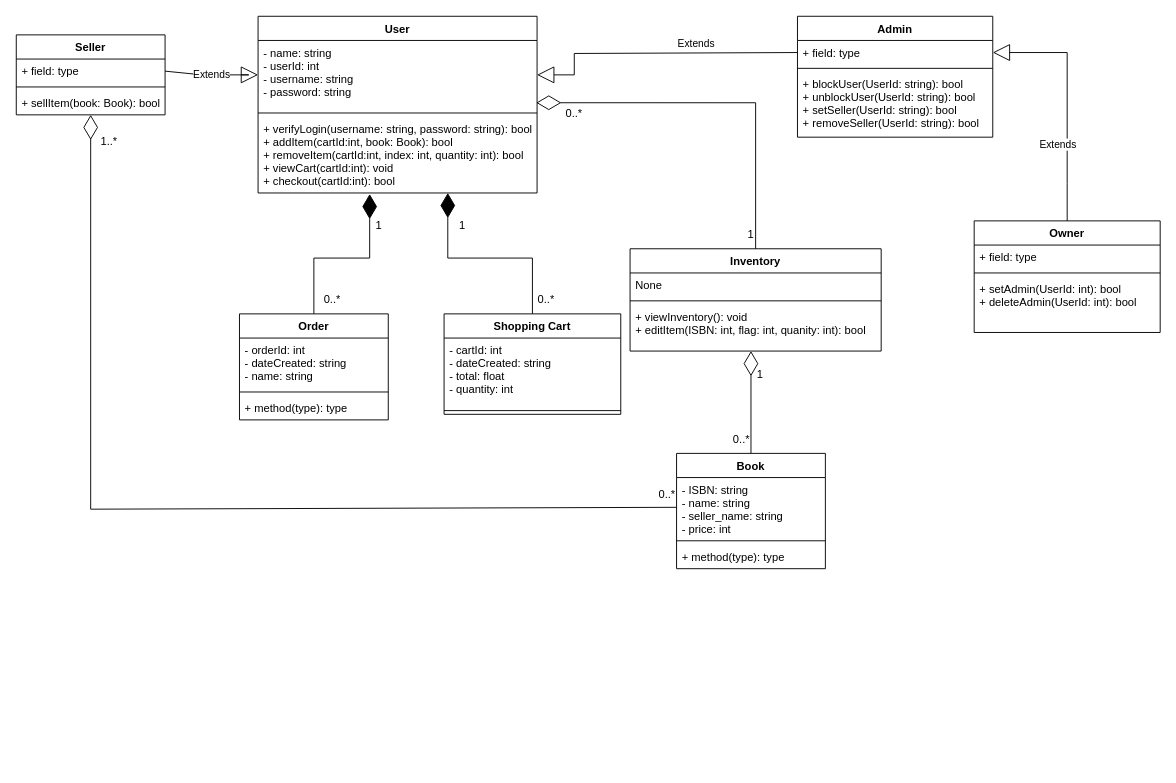
Earlier version of the draw.io diagram Class_Diagram.drawio (adl409/SE-project-Group-5). Source tidied: cells renumbered, new cells numbered last; positions are measured from the earlier drawing's top-left corner, leaving out a move shared by most shapes. Both pictures are drawn from the tidied source at 93%, with x=0, y=0 at pixel (16, 16).
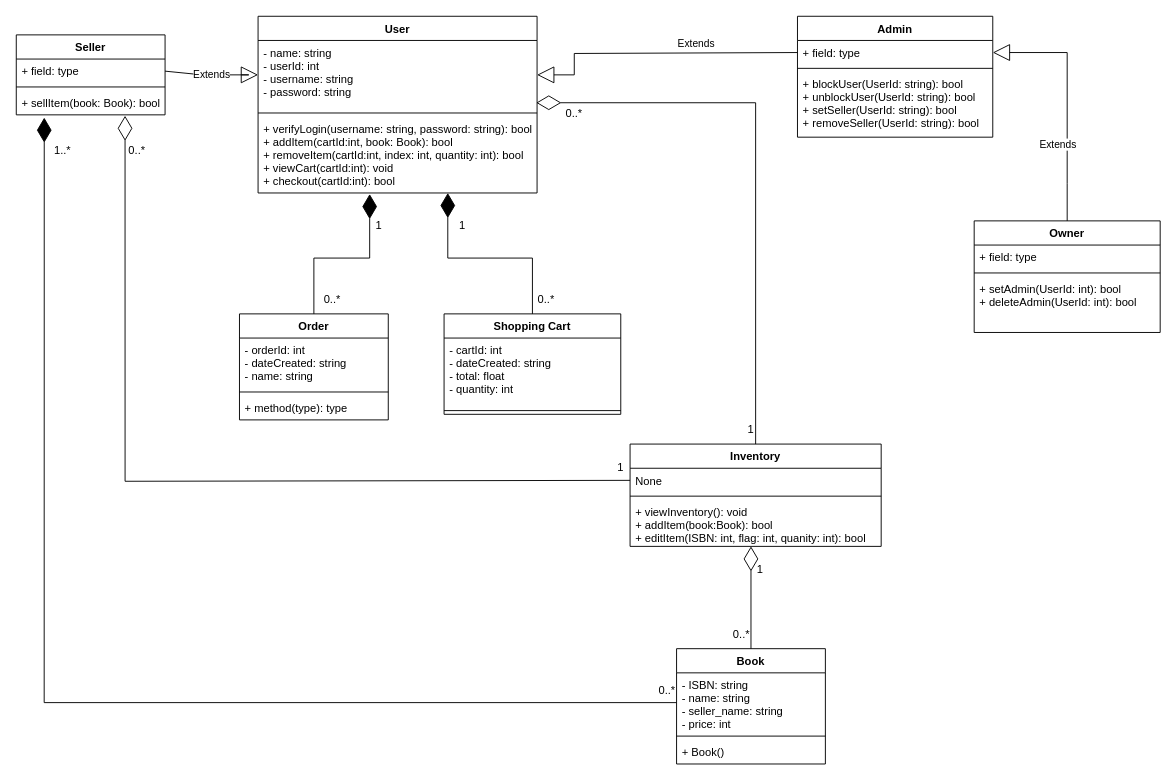
After the change.

Unchanged cells that the change refers to:
```xml
<mxCell id="16" value="+ sellItem(book: Book): bool" style="text;strokeColor=none;fillColor=none;align=left;verticalAlign=top;spacingLeft=4;spacingRight=4;overflow=hidden;points=[[0,0.5],[1,0.5]];portConstraint=eastwest;" parent="13" vertex="1">
  <mxGeometry y="60" width="160" height="26" as="geometry" />
</mxCell>
<mxCell id="22" value="None" style="text;strokeColor=none;fillColor=none;align=left;verticalAlign=top;spacingLeft=4;spacingRight=4;overflow=hidden;points=[[0,0.5],[1,0.5]];portConstraint=eastwest;" parent="21" vertex="1">
  <mxGeometry y="26" width="270" height="26" as="geometry" />
</mxCell>
<mxCell id="42" value="- ISBN: string&#10;- name: string&#10;- seller_name: string&#10;- price: int" style="text;strokeColor=none;fillColor=none;align=left;verticalAlign=top;spacingLeft=4;spacingRight=4;overflow=hidden;points=[[0,0.5],[1,0.5]];portConstraint=eastwest;" parent="41" vertex="1">
  <mxGeometry y="26" width="160" height="64" as="geometry" />
</mxCell>
```

Change to the diagram source:
```diff
@@
     <mxCell id="21" value="Inventory&#10;" style="swimlane;fontStyle=1;align=center;verticalAlign=top;horizontal=1;startSize=26;" parent="1" vertex="1">
-      <mxGeometry x="660" y="250" width="270" height="110" as="geometry" />
+      <mxGeometry x="660" y="460" width="270" height="110" as="geometry" />
     </mxCell>
@@
-    <mxCell id="24" value="+ viewInventory(): void&#10;+ editItem(ISBN: int, flag: int, quanity: int): bool" style="text;strokeColor=none;fillColor=none;align=left;verticalAlign=top;spacingLeft=4;spacingRight=4;overflow=hidden;" parent="21" vertex="1">
+    <mxCell id="24" value="+ viewInventory(): void&#10;+ addItem(book:Book): bool&#10;+ editItem(ISBN: int, flag: int, quanity: int): bool" style="text;strokeColor=none;fillColor=none;align=left;verticalAlign=top;spacingLeft=4;spacingRight=4;overflow=hidden;" parent="21" vertex="1">
       <mxGeometry y="60" width="270" height="50" as="geometry" />
     </mxCell>
@@
     <mxCell id="39" value="1" style="text;strokeColor=none;align=center;fillColor=none;html=1;verticalAlign=middle;whiteSpace=wrap;rounded=0;" parent="1" vertex="1">
-      <mxGeometry x="760" y="220" width="60" height="30" as="geometry" />
+      <mxGeometry x="760" y="430" width="60" height="30" as="geometry" />
     </mxCell>
@@
     <mxCell id="41" value="Book" style="swimlane;fontStyle=1;align=center;verticalAlign=top;horizontal=1;startSize=26;" parent="1" vertex="1">
-      <mxGeometry x="710" y="470" width="160" height="124" as="geometry" />
+      <mxGeometry x="710" y="680" width="160" height="124" as="geometry" />
     </mxCell>
@@
-    <mxCell id="44" value="+ method(type): type" style="text;strokeColor=none;fillColor=none;align=left;verticalAlign=top;spacingLeft=4;spacingRight=4;overflow=hidden;" parent="41" vertex="1">
+    <mxCell id="44" value="+ Book()" style="text;strokeColor=none;fillColor=none;align=left;verticalAlign=top;spacingLeft=4;spacingRight=4;overflow=hidden;" parent="41" vertex="1">
       <mxGeometry y="98" width="160" height="26" as="geometry" />
     </mxCell>
     <mxCell id="45" style="endArrow=diamondThin;endFill=0;endSize=24;html=1;rounded=0;exitX=0.5;exitY=0;exitDx=0;exitDy=0;" parent="1" edge="1" source="41">
       <mxGeometry relative="1" as="geometry">
-        <mxPoint x="790" y="360" as="targetPoint" />
+        <mxPoint x="790" y="570" as="targetPoint" />
       </mxGeometry>
     </mxCell>
     <mxCell id="46" value="0..*" style="text;strokeColor=none;align=center;fillColor=none;html=1;verticalAlign=middle;whiteSpace=wrap;rounded=0;" parent="1" vertex="1">
-      <mxGeometry x="750" y="440" width="60" height="30" as="geometry" />
+      <mxGeometry x="750" y="650" width="60" height="30" as="geometry" />
     </mxCell>
     <mxCell id="47" value="1" style="text;strokeColor=none;align=center;fillColor=none;html=1;verticalAlign=middle;whiteSpace=wrap;rounded=0;" parent="1" vertex="1">
-      <mxGeometry x="770" y="370" width="60" height="30" as="geometry" />
+      <mxGeometry x="770" y="580" width="60" height="30" as="geometry" />
     </mxCell>
-    <mxCell id="48" style="endArrow=diamondThin;endFill=0;endSize=24;html=1;rounded=0;exitX=0;exitY=0.5;exitDx=0;exitDy=0;" parent="1" edge="1" source="42" target="16">
-      <mxGeometry relative="1" as="geometry">
-        <Array as="points">
-          <mxPoint x="80" y="530" />
-        </Array>
-      </mxGeometry>
-    </mxCell>
     <mxCell id="49" value="0..*" style="text;strokeColor=none;align=center;fillColor=none;html=1;verticalAlign=middle;whiteSpace=wrap;rounded=0;" parent="1" vertex="1">
-      <mxGeometry x="670" y="500" width="60" height="30" as="geometry" />
+      <mxGeometry x="670" y="710" width="60" height="30" as="geometry" />
     </mxCell>
     <mxCell id="50" value="1..*" style="text;strokeColor=none;align=center;fillColor=none;html=1;verticalAlign=middle;whiteSpace=wrap;rounded=0;" parent="1" vertex="1">
-      <mxGeometry x="70" y="120" width="60" height="30" as="geometry" />
+      <mxGeometry x="20" y="130" width="60" height="30" as="geometry" />
     </mxCell>
+    <mxCell id="51" style="endArrow=diamondThin;endFill=0;endSize=24;html=1;rounded=0;exitX=0;exitY=0.5;exitDx=0;exitDy=0;entryX=0.731;entryY=1.038;entryDx=0;entryDy=0;entryPerimeter=0;" parent="1" edge="1" source="22" target="16">
+      <mxGeometry relative="1" as="geometry">
+        <Array as="points">
+          <mxPoint x="117" y="500" />
+        </Array>
+      </mxGeometry>
+    </mxCell>
+    <mxCell id="52" value="1" style="text;strokeColor=none;align=center;fillColor=none;html=1;verticalAlign=middle;whiteSpace=wrap;rounded=0;" parent="1" vertex="1">
+      <mxGeometry x="620" y="470" width="60" height="30" as="geometry" />
+    </mxCell>
+    <mxCell id="53" value="0..*" style="text;strokeColor=none;align=center;fillColor=none;html=1;verticalAlign=middle;whiteSpace=wrap;rounded=0;" parent="1" vertex="1">
+      <mxGeometry x="100" y="130" width="60" height="30" as="geometry" />
+    </mxCell>
+    <mxCell id="48" style="endArrow=diamondThin;endFill=1;endSize=24;html=1;rounded=0;exitX=0;exitY=0.5;exitDx=0;exitDy=0;entryX=0.188;entryY=1.115;entryDx=0;entryDy=0;entryPerimeter=0;" parent="1" edge="1" source="42" target="16">
+      <mxGeometry relative="1" as="geometry">
+        <Array as="points">
+          <mxPoint x="30" y="738" />
+        </Array>
+      </mxGeometry>
+    </mxCell>
```
